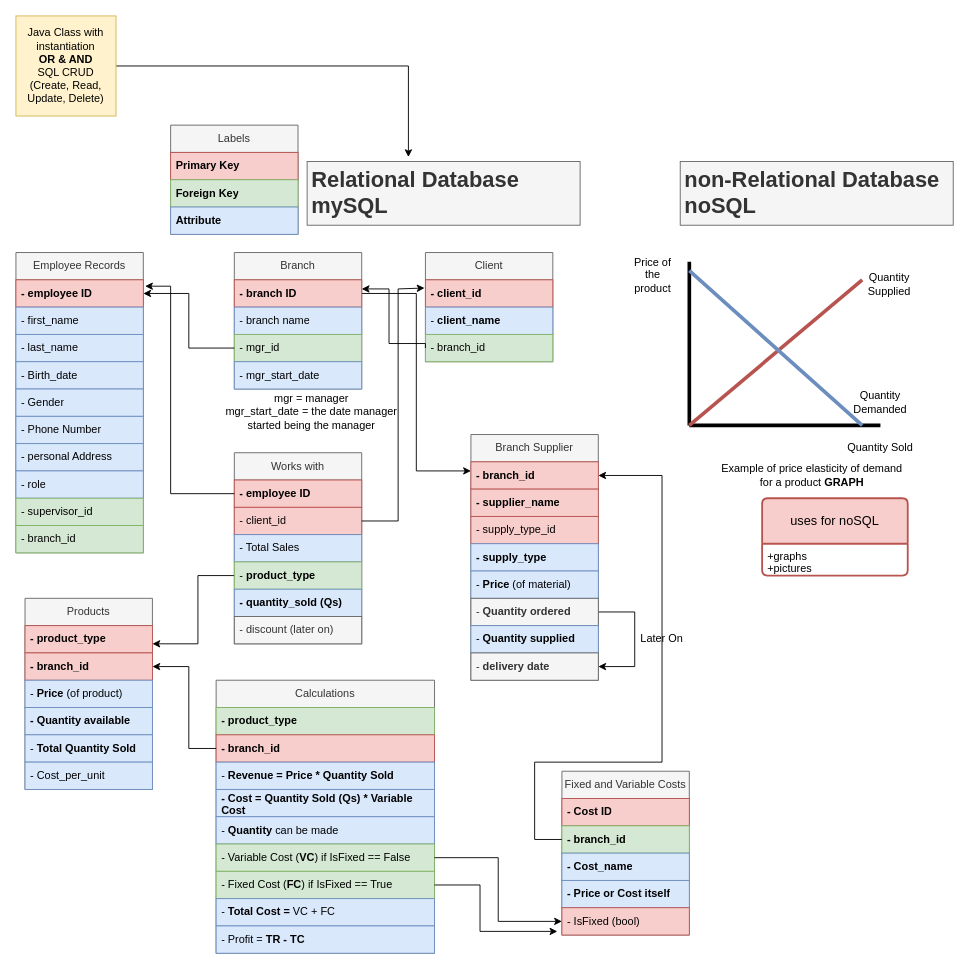
The draw.io diagram Frontend&SQL_sketch.drawio in Kazybekkh/KazCable-DBMS, before the edit. Source tidied: cells renumbered, new cells numbered last; positions are measured from the earlier drawing's top-left corner, leaving out a move shared by most shapes. Both pictures are drawn from the tidied source at 91%, with x=0, y=0 at pixel (15, 15).
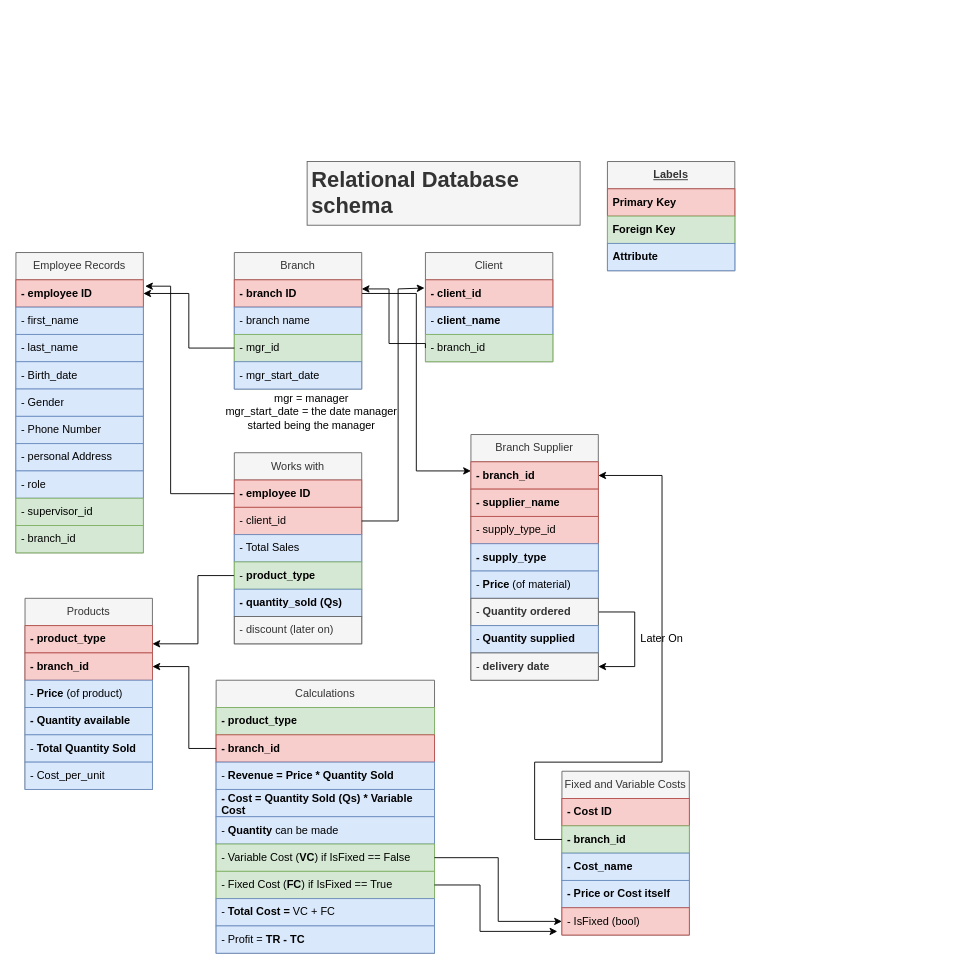
After the change.

Unchanged cells that the change refers to:
```xml
<mxCell id="59" value="Calculations" style="swimlane;fontStyle=0;horizontal=1;startSize=30;whiteSpace=wrap;html=1;fillColor=#f5f5f5;strokeColor=#666666;fontColor=#333333;" parent="1" vertex="1">
  <mxGeometry x="220" y="730" width="240" height="300" as="geometry" />
</mxCell>
```

The edit, as a diff of the source:
```diff
@@
-    <mxCell id="13" style="edgeStyle=orthogonalEdgeStyle;rounded=0;jettySize=auto;html=1;entryX=0.371;entryY=-0.07;entryDx=0;entryDy=0;entryPerimeter=0;" parent="1" edge="1" source="14" target="80">
-      <mxGeometry relative="1" as="geometry">
-        <Array as="points">
-          <mxPoint x="431" y="55" />
-        </Array>
-      </mxGeometry>
-    </mxCell>
-    <mxCell id="14" value="Java Class with instantiation&lt;br&gt;&lt;b&gt;OR &amp;amp; AND&lt;br&gt;&lt;/b&gt;SQL CRUD&lt;br&gt;(Create, Read, Update, Delete)" style="text;html=1;strokeColor=#d6b656;fillColor=#fff2cc;align=center;verticalAlign=middle;whiteSpace=wrap;rounded=0;" parent="1" vertex="1">
-      <mxGeometry width="110" height="110" as="geometry" />
-    </mxCell>
@@
-    <mxCell id="48" value="Labels" style="swimlane;fontStyle=0;horizontal=1;startSize=30;whiteSpace=wrap;html=1;fillColor=#f5f5f5;strokeColor=#666666;fontColor=#333333;" parent="1" vertex="1">
-      <mxGeometry x="170" y="120" width="140" height="120" as="geometry" />
+    <mxCell id="48" value="&lt;b&gt;&lt;u&gt;Labels&lt;/u&gt;&lt;/b&gt;" style="swimlane;fontStyle=0;horizontal=1;startSize=30;whiteSpace=wrap;html=1;fillColor=#f5f5f5;strokeColor=#666666;fontColor=#333333;" parent="1" vertex="1">
+      <mxGeometry x="650" y="160" width="140" height="120" as="geometry" />
     </mxCell>
@@
-    <mxCell id="63" value="&lt;b&gt;- Cost = Quantity Sold (Qs) * Variable Cost&lt;/b&gt;" style="text;strokeColor=#6c8ebf;fillColor=#dae8fc;align=left;verticalAlign=middle;spacingLeft=4;spacingRight=4;overflow=hidden;whiteSpace=wrap;html=1;" parent="59" vertex="1">
+    <mxCell id="63" value="&lt;b&gt;- Cost = Quantity Sold (Qs) * Variable Cost&amp;nbsp;&lt;/b&gt;" style="text;strokeColor=#6c8ebf;fillColor=#dae8fc;align=left;verticalAlign=middle;spacingLeft=4;spacingRight=4;overflow=hidden;whiteSpace=wrap;html=1;" parent="59" vertex="1">
       <mxGeometry y="120" width="240" height="30" as="geometry" />
     </mxCell>
@@
-    <mxCell id="80" value="&lt;h1&gt;Relational Database&lt;br&gt;mySQL&lt;/h1&gt;" style="text;html=1;strokeColor=#666666;fillColor=#f5f5f5;spacing=5;spacingTop=-20;whiteSpace=wrap;overflow=hidden;rounded=0;fontColor=#333333;" parent="1" vertex="1">
+    <mxCell id="80" value="&lt;h1&gt;Relational Database&lt;br&gt;schema&lt;/h1&gt;" style="text;html=1;strokeColor=#666666;fillColor=#f5f5f5;spacing=5;spacingTop=-20;whiteSpace=wrap;overflow=hidden;rounded=0;fontColor=#333333;" parent="1" vertex="1">
       <mxGeometry x="320" y="160" width="300" height="70" as="geometry" />
     </mxCell>
-    <mxCell id="81" value="&lt;h1&gt;non-Relational Database&lt;br&gt;noSQL&lt;/h1&gt;" style="text;html=1;strokeColor=#666666;fillColor=#f5f5f5;spacing=5;spacingTop=-20;whiteSpace=wrap;overflow=hidden;rounded=0;fontColor=#333333;" parent="1" vertex="1">
-      <mxGeometry x="730" y="160" width="300" height="70" as="geometry" />
-    </mxCell>
-    <mxCell id="82" style="endArrow=none;html=1;rounded=0;strokeWidth=4;" parent="1" edge="1">
-      <mxGeometry relative="1" as="geometry">
-        <mxPoint x="740" y="450" as="sourcePoint" />
-        <mxPoint x="740" y="270" as="targetPoint" />
-      </mxGeometry>
-    </mxCell>
-    <mxCell id="83" style="endArrow=none;html=1;rounded=0;strokeWidth=4;" parent="1" edge="1">
-      <mxGeometry relative="1" as="geometry">
-        <mxPoint x="740" y="450" as="sourcePoint" />
-        <mxPoint x="950" y="450" as="targetPoint" />
-      </mxGeometry>
-    </mxCell>
-    <mxCell id="84" style="endArrow=none;html=1;rounded=0;strokeWidth=4;fillColor=#f8cecc;strokeColor=#b85450;" parent="1" edge="1">
-      <mxGeometry relative="1" as="geometry">
-        <mxPoint x="740" y="450" as="sourcePoint" />
-        <mxPoint x="930" y="290" as="targetPoint" />
-      </mxGeometry>
-    </mxCell>
-    <mxCell id="85" value="Quantity Sold" style="text;html=1;strokeColor=none;fillColor=none;align=center;verticalAlign=middle;whiteSpace=wrap;rounded=0;" parent="1" vertex="1">
-      <mxGeometry x="910" y="460" width="80" height="30" as="geometry" />
-    </mxCell>
-    <mxCell id="86" value="Price of the product" style="text;html=1;strokeColor=none;fillColor=none;align=center;verticalAlign=middle;whiteSpace=wrap;rounded=0;" parent="1" vertex="1">
-      <mxGeometry x="670" y="270" width="60" height="30" as="geometry" />
-    </mxCell>
-    <mxCell id="87" style="endArrow=none;html=1;rounded=0;strokeWidth=4;fillColor=#dae8fc;strokeColor=#6c8ebf;" parent="1" edge="1">
-      <mxGeometry relative="1" as="geometry">
-        <mxPoint x="740" y="280" as="sourcePoint" />
-        <mxPoint x="930" y="450" as="targetPoint" />
-      </mxGeometry>
-    </mxCell>
-    <mxCell id="88" value="Quantity Demanded" style="text;html=1;strokeColor=none;fillColor=none;align=center;verticalAlign=middle;whiteSpace=wrap;rounded=0;" parent="1" vertex="1">
-      <mxGeometry x="920" y="410" width="60" height="30" as="geometry" />
-    </mxCell>
-    <mxCell id="89" value="Quantity Supplied" style="text;html=1;strokeColor=none;fillColor=none;align=center;verticalAlign=middle;whiteSpace=wrap;rounded=0;" parent="1" vertex="1">
-      <mxGeometry x="930" y="280" width="60" height="30" as="geometry" />
-    </mxCell>
-    <mxCell id="90" value="Example of price elasticity of demand for a product&lt;b&gt;&amp;nbsp;GRAPH&lt;/b&gt;" style="text;html=1;strokeColor=none;fillColor=none;align=center;verticalAlign=middle;whiteSpace=wrap;rounded=0;" parent="1" vertex="1">
-      <mxGeometry x="770" y="490" width="210" height="30" as="geometry" />
-    </mxCell>
-    <mxCell id="91" value="uses for noSQL" style="swimlane;horizontal=1;startSize=50;rounded=1;fontSize=14;fontStyle=0;strokeWidth=2;shadow=0;dashed=0;align=center;arcSize=4;whiteSpace=wrap;html=1;fillColor=#f8cecc;strokeColor=#b85450;" parent="1" vertex="1">
-      <mxGeometry x="820" y="530" width="160" height="85" as="geometry" />
-    </mxCell>
-    <mxCell id="92" value="+graphs&lt;br&gt;+pictures" style="align=left;strokeColor=none;fillColor=none;spacingLeft=4;fontSize=12;verticalAlign=top;html=1;" parent="91" vertex="1">
-      <mxGeometry y="50" width="160" height="35" as="geometry" />
-    </mxCell>
```
